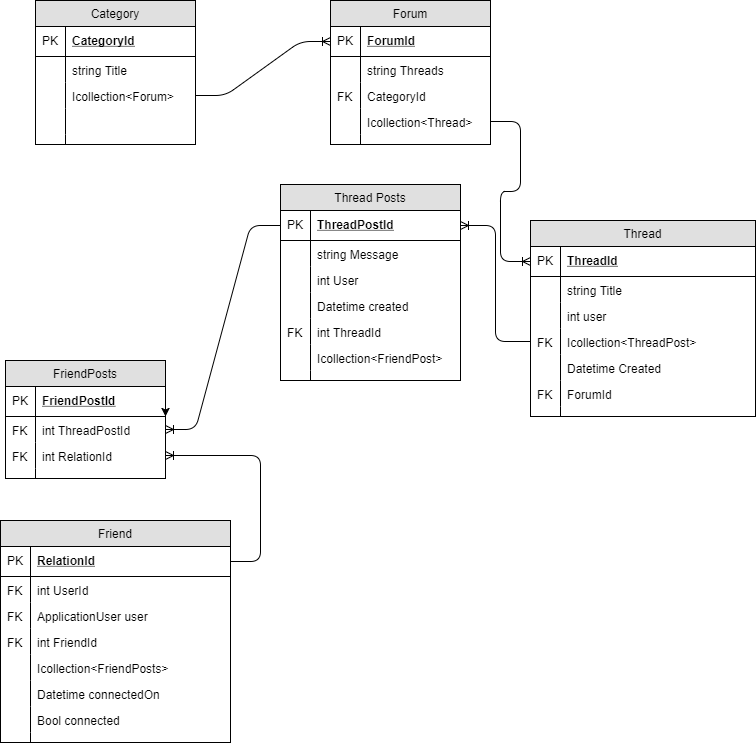
Earlier version of the draw.io export ChatItUp.png (therealrmac/csharp-capstone). Source tidied: cells renumbered, new cells last; positions are measured from the earlier drawing's top-left corner, leaving out a move shared by most shapes.
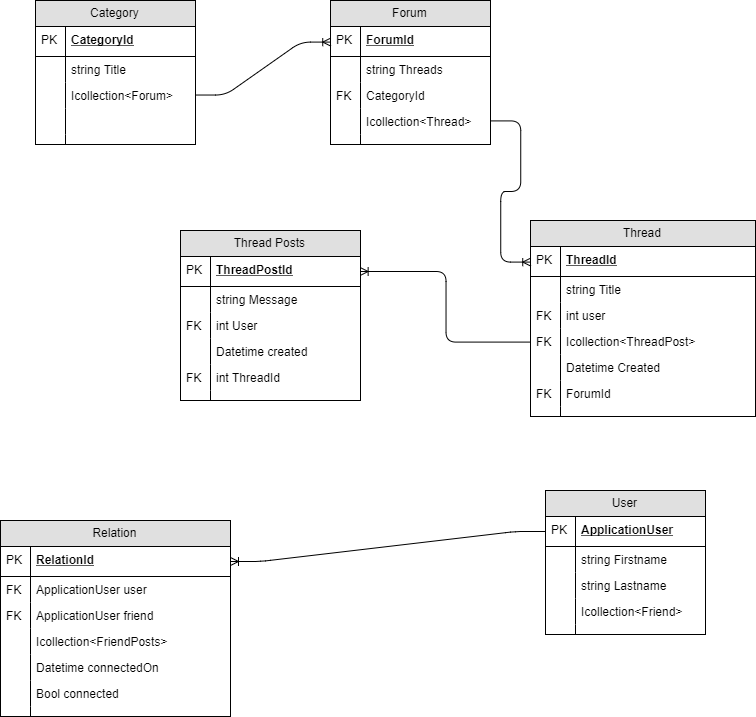
After the commit.

Change to the diagram source:
```diff
@@ -3,7 +3,7 @@
     <mxCell id="0" />
     <mxCell id="1" parent="0" />
     <mxCell id="2" value="Thread Posts" style="swimlane;fontStyle=0;horizontal=1;startSize=26;fillColor=#e0e0e0;swimlaneFillColor=#ffffff;align=center;" parent="1" vertex="1">
-      <mxGeometry x="280" y="184" width="180" height="196" as="geometry" />
+      <mxGeometry x="180" y="230" width="180" height="170" as="geometry" />
     </mxCell>
     <mxCell id="3" value="ThreadPostId" style="shape=partialRectangle;top=0;left=0;right=0;bottom=1;align=left;verticalAlign=middle;fillColor=none;spacingLeft=34;spacingRight=4;overflow=hidden;points=[[0,0.5],[1,0.5]];portConstraint=eastwest;fontStyle=5;" parent="2" vertex="1">
       <mxGeometry y="26" width="180" height="30" as="geometry" />
@@ -20,7 +20,7 @@
     <mxCell id="7" value="int User" style="shape=partialRectangle;top=0;left=0;right=0;bottom=0;align=left;verticalAlign=top;fillColor=none;spacingLeft=34;spacingRight=4;overflow=hidden;" parent="2" vertex="1">
       <mxGeometry y="82" width="180" height="26" as="geometry" />
     </mxCell>
-    <mxCell id="8" style="shape=partialRectangle;top=0;left=0;bottom=0;fillColor=none;align=left;verticalAlign=top;spacingLeft=4;spacingRight=4;overflow=hidden;" parent="7" vertex="1">
+    <mxCell id="8" value="FK" style="shape=partialRectangle;top=0;left=0;bottom=0;fillColor=none;align=left;verticalAlign=top;spacingLeft=4;spacingRight=4;overflow=hidden;" parent="7" vertex="1">
       <mxGeometry width="30" height="26" as="geometry" />
     </mxCell>
     <mxCell id="9" value="Datetime created" style="shape=partialRectangle;top=0;left=0;right=0;bottom=0;align=left;verticalAlign=top;fillColor=none;spacingLeft=34;spacingRight=4;overflow=hidden;" parent="2" vertex="1">
@@ -35,14 +35,8 @@
     <mxCell id="12" value="FK" style="shape=partialRectangle;top=0;left=0;bottom=0;fillColor=none;align=left;verticalAlign=top;spacingLeft=4;spacingRight=4;overflow=hidden;" parent="11" vertex="1">
       <mxGeometry width="30" height="26" as="geometry" />
     </mxCell>
-    <mxCell id="13" value="Icollection&lt;FriendPost&gt;" style="shape=partialRectangle;top=0;left=0;right=0;bottom=0;align=left;verticalAlign=top;fillColor=none;spacingLeft=34;spacingRight=4;overflow=hidden;" parent="2" vertex="1">
-      <mxGeometry y="160" width="180" height="26" as="geometry" />
-    </mxCell>
-    <mxCell id="14" style="shape=partialRectangle;top=0;left=0;bottom=0;fillColor=none;align=left;verticalAlign=top;spacingLeft=4;spacingRight=4;overflow=hidden;" parent="13" vertex="1">
-      <mxGeometry width="30" height="26" as="geometry" />
-    </mxCell>
     <mxCell id="15" style="shape=partialRectangle;top=0;left=0;right=0;bottom=0;align=left;verticalAlign=top;fillColor=none;spacingLeft=34;spacingRight=4;overflow=hidden;" parent="2" vertex="1">
-      <mxGeometry y="186" width="180" height="10" as="geometry" />
+      <mxGeometry y="160" width="180" height="10" as="geometry" />
     </mxCell>
     <mxCell id="16" style="shape=partialRectangle;top=0;left=0;bottom=0;fillColor=none;align=left;verticalAlign=top;spacingLeft=4;spacingRight=4;overflow=hidden;" parent="15" vertex="1">
       <mxGeometry width="30" height="10" as="geometry" />
@@ -98,7 +92,7 @@
     <mxCell id="33" value="int user" style="shape=partialRectangle;top=0;left=0;right=0;bottom=0;align=left;verticalAlign=top;fillColor=none;spacingLeft=34;spacingRight=4;overflow=hidden;" parent="28" vertex="1">
       <mxGeometry y="82" width="225" height="26" as="geometry" />
     </mxCell>
-    <mxCell id="34" style="shape=partialRectangle;top=0;left=0;bottom=0;fillColor=none;align=left;verticalAlign=top;spacingLeft=4;spacingRight=4;overflow=hidden;" parent="33" vertex="1">
+    <mxCell id="34" value="FK" style="shape=partialRectangle;top=0;left=0;bottom=0;fillColor=none;align=left;verticalAlign=top;spacingLeft=4;spacingRight=4;overflow=hidden;" parent="33" vertex="1">
       <mxGeometry width="30" height="26" as="geometry" />
     </mxCell>
     <mxCell id="35" value="Icollection&lt;ThreadPost&gt;" style="shape=partialRectangle;top=0;left=0;right=0;bottom=0;align=left;verticalAlign=top;fillColor=none;spacingLeft=34;spacingRight=4;overflow=hidden;points=[[0,0.5],[1,0.5]];portConstraint=eastwest;" parent="28" vertex="1">
@@ -158,8 +152,8 @@
     <mxCell id="53" style="shape=partialRectangle;top=0;left=0;bottom=0;fillColor=none;align=left;verticalAlign=top;spacingLeft=4;spacingRight=4;overflow=hidden;" parent="52" vertex="1">
       <mxGeometry width="30" height="10" as="geometry" />
     </mxCell>
-    <mxCell id="54" value="Friend" style="swimlane;fontStyle=0;horizontal=1;startSize=26;fillColor=#e0e0e0;swimlaneFillColor=#ffffff;align=center;" parent="1" vertex="1">
-      <mxGeometry y="520" width="230" height="222" as="geometry" />
+    <mxCell id="54" value="Relation" style="swimlane;fontStyle=0;horizontal=1;startSize=26;fillColor=#e0e0e0;swimlaneFillColor=#ffffff;align=center;" parent="1" vertex="1">
+      <mxGeometry y="520" width="230" height="196" as="geometry" />
     </mxCell>
     <mxCell id="55" value="RelationId" style="shape=partialRectangle;top=0;left=0;right=0;bottom=1;align=left;verticalAlign=middle;fillColor=none;spacingLeft=34;spacingRight=4;overflow=hidden;points=[[0,0.5],[1,0.5]];portConstraint=eastwest;fontStyle=5;" parent="54" vertex="1">
       <mxGeometry y="26" width="230" height="30" as="geometry" />
@@ -167,78 +161,42 @@
     <mxCell id="56" value="PK" style="shape=partialRectangle;top=0;left=0;bottom=0;fillColor=none;align=left;verticalAlign=middle;spacingLeft=4;spacingRight=4;overflow=hidden;" parent="55" vertex="1">
       <mxGeometry width="30" height="30" as="geometry" />
     </mxCell>
-    <mxCell id="57" value="int UserId" style="shape=partialRectangle;top=0;left=0;right=0;bottom=0;align=left;verticalAlign=top;fillColor=none;spacingLeft=34;spacingRight=4;overflow=hidden;" parent="54" vertex="1">
-      <mxGeometry y="56" width="230" height="26" as="geometry" />
-    </mxCell>
-    <mxCell id="58" value="FK" style="shape=partialRectangle;top=0;left=0;bottom=0;fillColor=none;align=left;verticalAlign=top;spacingLeft=4;spacingRight=4;overflow=hidden;" parent="57" vertex="1">
-      <mxGeometry width="30" height="26" as="geometry" />
-    </mxCell>
     <mxCell id="59" value="ApplicationUser user" style="shape=partialRectangle;top=0;left=0;right=0;bottom=0;align=left;verticalAlign=top;fillColor=none;spacingLeft=34;spacingRight=4;overflow=hidden;" parent="54" vertex="1">
-      <mxGeometry y="82" width="230" height="26" as="geometry" />
+      <mxGeometry y="56" width="230" height="26" as="geometry" />
     </mxCell>
     <mxCell id="60" value="FK" style="shape=partialRectangle;top=0;left=0;bottom=0;fillColor=none;align=left;verticalAlign=top;spacingLeft=4;spacingRight=4;overflow=hidden;" parent="59" vertex="1">
       <mxGeometry width="30" height="26" as="geometry" />
     </mxCell>
-    <mxCell id="61" value="int FriendId" style="shape=partialRectangle;top=0;left=0;right=0;bottom=0;align=left;verticalAlign=top;fillColor=none;spacingLeft=34;spacingRight=4;overflow=hidden;" parent="54" vertex="1">
-      <mxGeometry y="108" width="230" height="26" as="geometry" />
+    <mxCell id="61" value="ApplicationUser friend" style="shape=partialRectangle;top=0;left=0;right=0;bottom=0;align=left;verticalAlign=top;fillColor=none;spacingLeft=34;spacingRight=4;overflow=hidden;" parent="54" vertex="1">
+      <mxGeometry y="82" width="230" height="26" as="geometry" />
     </mxCell>
     <mxCell id="62" value="FK" style="shape=partialRectangle;top=0;left=0;bottom=0;fillColor=none;align=left;verticalAlign=top;spacingLeft=4;spacingRight=4;overflow=hidden;" parent="61" vertex="1">
       <mxGeometry width="30" height="26" as="geometry" />
     </mxCell>
     <mxCell id="63" value="Icollection&lt;FriendPosts&gt;" style="shape=partialRectangle;top=0;left=0;right=0;bottom=0;align=left;verticalAlign=top;fillColor=none;spacingLeft=34;spacingRight=4;overflow=hidden;" parent="54" vertex="1">
-      <mxGeometry y="134" width="230" height="26" as="geometry" />
+      <mxGeometry y="108" width="230" height="26" as="geometry" />
     </mxCell>
     <mxCell id="64" style="shape=partialRectangle;top=0;left=0;bottom=0;fillColor=none;align=left;verticalAlign=top;spacingLeft=4;spacingRight=4;overflow=hidden;" parent="63" vertex="1">
       <mxGeometry width="30" height="26" as="geometry" />
     </mxCell>
     <mxCell id="65" value="Datetime connectedOn" style="shape=partialRectangle;top=0;left=0;right=0;bottom=0;align=left;verticalAlign=top;fillColor=none;spacingLeft=34;spacingRight=4;overflow=hidden;" parent="54" vertex="1">
-      <mxGeometry y="160" width="230" height="26" as="geometry" />
+      <mxGeometry y="134" width="230" height="26" as="geometry" />
     </mxCell>
     <mxCell id="66" style="shape=partialRectangle;top=0;left=0;bottom=0;fillColor=none;align=left;verticalAlign=top;spacingLeft=4;spacingRight=4;overflow=hidden;" parent="65" vertex="1">
       <mxGeometry width="30" height="26" as="geometry" />
     </mxCell>
     <mxCell id="67" value="Bool connected" style="shape=partialRectangle;top=0;left=0;right=0;bottom=0;align=left;verticalAlign=top;fillColor=none;spacingLeft=34;spacingRight=4;overflow=hidden;" parent="54" vertex="1">
-      <mxGeometry y="186" width="230" height="26" as="geometry" />
+      <mxGeometry y="160" width="230" height="26" as="geometry" />
     </mxCell>
     <mxCell id="68" style="shape=partialRectangle;top=0;left=0;bottom=0;fillColor=none;align=left;verticalAlign=top;spacingLeft=4;spacingRight=4;overflow=hidden;" parent="67" vertex="1">
       <mxGeometry width="30" height="26" as="geometry" />
     </mxCell>
     <mxCell id="69" style="shape=partialRectangle;top=0;left=0;right=0;bottom=0;align=left;verticalAlign=top;fillColor=none;spacingLeft=34;spacingRight=4;overflow=hidden;" parent="54" vertex="1">
-      <mxGeometry y="212" width="230" height="10" as="geometry" />
+      <mxGeometry y="186" width="230" height="10" as="geometry" />
     </mxCell>
     <mxCell id="70" style="shape=partialRectangle;top=0;left=0;bottom=0;fillColor=none;align=left;verticalAlign=top;spacingLeft=4;spacingRight=4;overflow=hidden;" parent="69" vertex="1">
       <mxGeometry width="30" height="10" as="geometry" />
     </mxCell>
-    <mxCell id="71" value="FriendPosts" style="swimlane;fontStyle=0;horizontal=1;startSize=26;fillColor=#e0e0e0;swimlaneFillColor=#ffffff;align=center;" parent="1" vertex="1">
-      <mxGeometry x="5" y="360" width="160" height="118" as="geometry" />
-    </mxCell>
-    <mxCell id="72" style="edgeStyle=elbowEdgeStyle;rounded=0;html=1;exitX=1;exitY=0.5;jettySize=auto;" parent="71" edge="1" source="73" target="75">
-      <mxGeometry relative="1" as="geometry" />
-    </mxCell>
-    <mxCell id="73" value="FriendPostId" style="shape=partialRectangle;top=0;left=0;right=0;bottom=1;align=left;verticalAlign=middle;fillColor=none;spacingLeft=34;spacingRight=4;overflow=hidden;points=[[0,0.5],[1,0.5]];portConstraint=eastwest;fontStyle=5;" parent="71" vertex="1">
-      <mxGeometry y="26" width="160" height="30" as="geometry" />
-    </mxCell>
-    <mxCell id="74" value="PK" style="shape=partialRectangle;top=0;left=0;bottom=0;fillColor=none;align=left;verticalAlign=middle;spacingLeft=4;spacingRight=4;overflow=hidden;" parent="73" vertex="1">
-      <mxGeometry width="30" height="30" as="geometry" />
-    </mxCell>
-    <mxCell id="75" value="int ThreadPostId" style="shape=partialRectangle;top=0;left=0;right=0;bottom=0;align=left;verticalAlign=top;fillColor=none;spacingLeft=34;spacingRight=4;overflow=hidden;points=[[0,0.5],[1,0.5]];portConstraint=eastwest;" parent="71" vertex="1">
-      <mxGeometry y="56" width="160" height="26" as="geometry" />
-    </mxCell>
-    <mxCell id="76" value="FK" style="shape=partialRectangle;top=0;left=0;bottom=0;fillColor=none;align=left;verticalAlign=top;spacingLeft=4;spacingRight=4;overflow=hidden;" parent="75" vertex="1">
-      <mxGeometry width="30" height="26" as="geometry" />
-    </mxCell>
-    <mxCell id="77" value="int RelationId" style="shape=partialRectangle;top=0;left=0;right=0;bottom=0;align=left;verticalAlign=top;fillColor=none;spacingLeft=34;spacingRight=4;overflow=hidden;points=[[0,0.5],[1,0.5]];portConstraint=eastwest;" parent="71" vertex="1">
-      <mxGeometry y="82" width="160" height="26" as="geometry" />
-    </mxCell>
-    <mxCell id="78" value="FK" style="shape=partialRectangle;top=0;left=0;bottom=0;fillColor=none;align=left;verticalAlign=top;spacingLeft=4;spacingRight=4;overflow=hidden;" parent="77" vertex="1">
-      <mxGeometry width="30" height="26" as="geometry" />
-    </mxCell>
-    <mxCell id="79" style="shape=partialRectangle;top=0;left=0;right=0;bottom=0;align=left;verticalAlign=top;fillColor=none;spacingLeft=34;spacingRight=4;overflow=hidden;" parent="71" vertex="1">
-      <mxGeometry y="108" width="160" height="10" as="geometry" />
-    </mxCell>
-    <mxCell id="80" style="shape=partialRectangle;top=0;left=0;bottom=0;fillColor=none;align=left;verticalAlign=top;spacingLeft=4;spacingRight=4;overflow=hidden;" parent="79" vertex="1">
-      <mxGeometry width="30" height="10" as="geometry" />
-    </mxCell>
     <mxCell id="81" style="edgeStyle=entityRelationEdgeStyle;html=1;endArrow=ERoneToMany;exitX=1;exitY=0.5;entryX=0;entryY=0.5;" parent="1" edge="1" source="22" target="44">
       <mxGeometry relative="1" as="geometry" />
     </mxCell>
@@ -248,11 +206,41 @@
     <mxCell id="83" style="edgeStyle=elbowEdgeStyle;html=1;endArrow=ERoneToMany;exitX=0;exitY=0.5;entryX=1;entryY=0.5;" parent="1" edge="1" source="35" target="3">
       <mxGeometry relative="1" as="geometry" />
     </mxCell>
-    <mxCell id="84" style="edgeStyle=entityRelationEdgeStyle;html=1;endArrow=ERoneToMany;" parent="1" edge="1" source="3" target="75">
-      <mxGeometry relative="1" as="geometry" />
-    </mxCell>
-    <mxCell id="85" style="edgeStyle=entityRelationEdgeStyle;html=1;endArrow=ERoneToMany;" parent="1" edge="1" source="55" target="77">
-      <mxGeometry relative="1" as="geometry" />
-    </mxCell>
+    <mxCell id="86" value="User" style="swimlane;fontStyle=0;horizontal=1;startSize=26;fillColor=#e0e0e0;swimlaneFillColor=#ffffff;align=center;" parent="1" vertex="1">
+      <mxGeometry x="545" y="490" width="160" height="144" as="geometry" />
+    </mxCell>
+    <mxCell id="87" value="ApplicationUser" style="shape=partialRectangle;top=0;left=0;right=0;bottom=1;align=left;verticalAlign=middle;fillColor=none;spacingLeft=34;spacingRight=4;overflow=hidden;points=[[0,0.5],[1,0.5]];portConstraint=eastwest;fontStyle=5;" parent="86" vertex="1">
+      <mxGeometry y="26" width="160" height="30" as="geometry" />
+    </mxCell>
+    <mxCell id="74" value="PK" style="shape=partialRectangle;top=0;left=0;bottom=0;fillColor=none;align=left;verticalAlign=middle;spacingLeft=4;spacingRight=4;overflow=hidden;" parent="87" vertex="1">
+      <mxGeometry width="30" height="30" as="geometry" />
+    </mxCell>
+    <mxCell id="88" value="string Firstname" style="shape=partialRectangle;top=0;left=0;right=0;bottom=0;align=left;verticalAlign=top;fillColor=none;spacingLeft=34;spacingRight=4;overflow=hidden;" parent="86" vertex="1">
+      <mxGeometry y="56" width="160" height="26" as="geometry" />
+    </mxCell>
+    <mxCell id="89" style="shape=partialRectangle;top=0;left=0;bottom=0;fillColor=none;align=left;verticalAlign=top;spacingLeft=4;spacingRight=4;overflow=hidden;" parent="88" vertex="1">
+      <mxGeometry width="30" height="26" as="geometry" />
+    </mxCell>
+    <mxCell id="90" value="string Lastname" style="shape=partialRectangle;top=0;left=0;right=0;bottom=0;align=left;verticalAlign=top;fillColor=none;spacingLeft=34;spacingRight=4;overflow=hidden;" parent="86" vertex="1">
+      <mxGeometry y="82" width="160" height="26" as="geometry" />
+    </mxCell>
+    <mxCell id="91" style="shape=partialRectangle;top=0;left=0;bottom=0;fillColor=none;align=left;verticalAlign=top;spacingLeft=4;spacingRight=4;overflow=hidden;" parent="90" vertex="1">
+      <mxGeometry width="30" height="26" as="geometry" />
+    </mxCell>
+    <mxCell id="13" value="Icollection&lt;Friend&gt;" style="shape=partialRectangle;top=0;left=0;right=0;bottom=0;align=left;verticalAlign=top;fillColor=none;spacingLeft=34;spacingRight=4;overflow=hidden;" parent="86" vertex="1">
+      <mxGeometry y="108" width="160" height="26" as="geometry" />
+    </mxCell>
+    <mxCell id="92" style="shape=partialRectangle;top=0;left=0;bottom=0;fillColor=none;align=left;verticalAlign=top;spacingLeft=4;spacingRight=4;overflow=hidden;" parent="13" vertex="1">
+      <mxGeometry width="30" height="26" as="geometry" />
+    </mxCell>
+    <mxCell id="93" style="shape=partialRectangle;top=0;left=0;right=0;bottom=0;align=left;verticalAlign=top;fillColor=none;spacingLeft=34;spacingRight=4;overflow=hidden;" parent="86" vertex="1">
+      <mxGeometry y="134" width="160" height="10" as="geometry" />
+    </mxCell>
+    <mxCell id="80" style="shape=partialRectangle;top=0;left=0;bottom=0;fillColor=none;align=left;verticalAlign=top;spacingLeft=4;spacingRight=4;overflow=hidden;" parent="93" vertex="1">
+      <mxGeometry width="30" height="10" as="geometry" />
+    </mxCell>
+    <mxCell id="94" style="edgeStyle=entityRelationEdgeStyle;html=1;endArrow=ERoneToMany;" parent="1" edge="1" source="87" target="55">
+      <mxGeometry relative="1" as="geometry" />
+    </mxCell>
   </root>
 </mxGraphModel>
```
